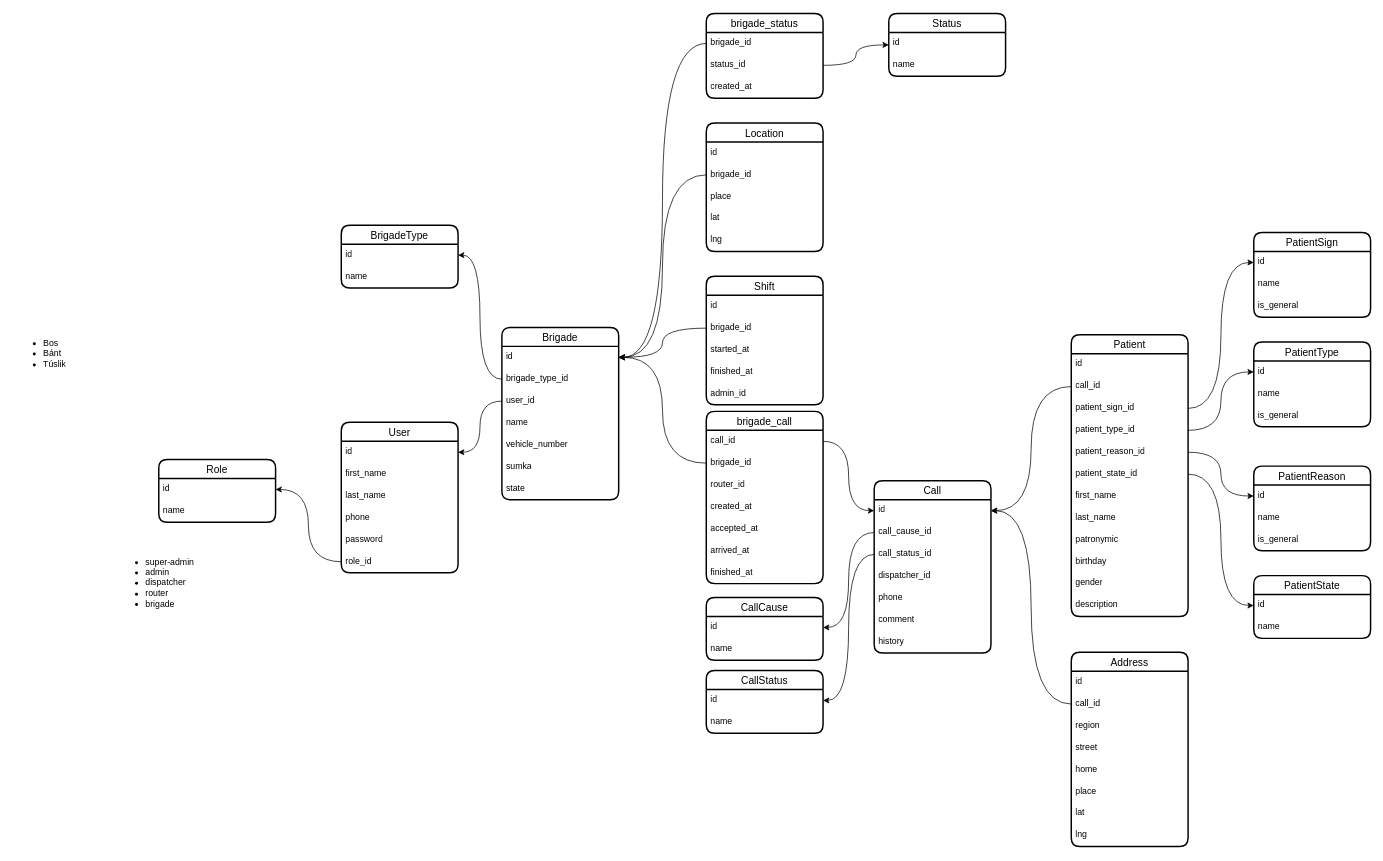
This is karsoft-103.drawio from iztileuoff/databases, a draw.io file, before an edit. Source tidied: cells renumbered, new cells numbered last; positions are measured from the earlier drawing's top-left corner, leaving out a move shared by most shapes. Both pictures are drawn from the tidied source at 73%, with x=0, y=0 at pixel (12, 13).
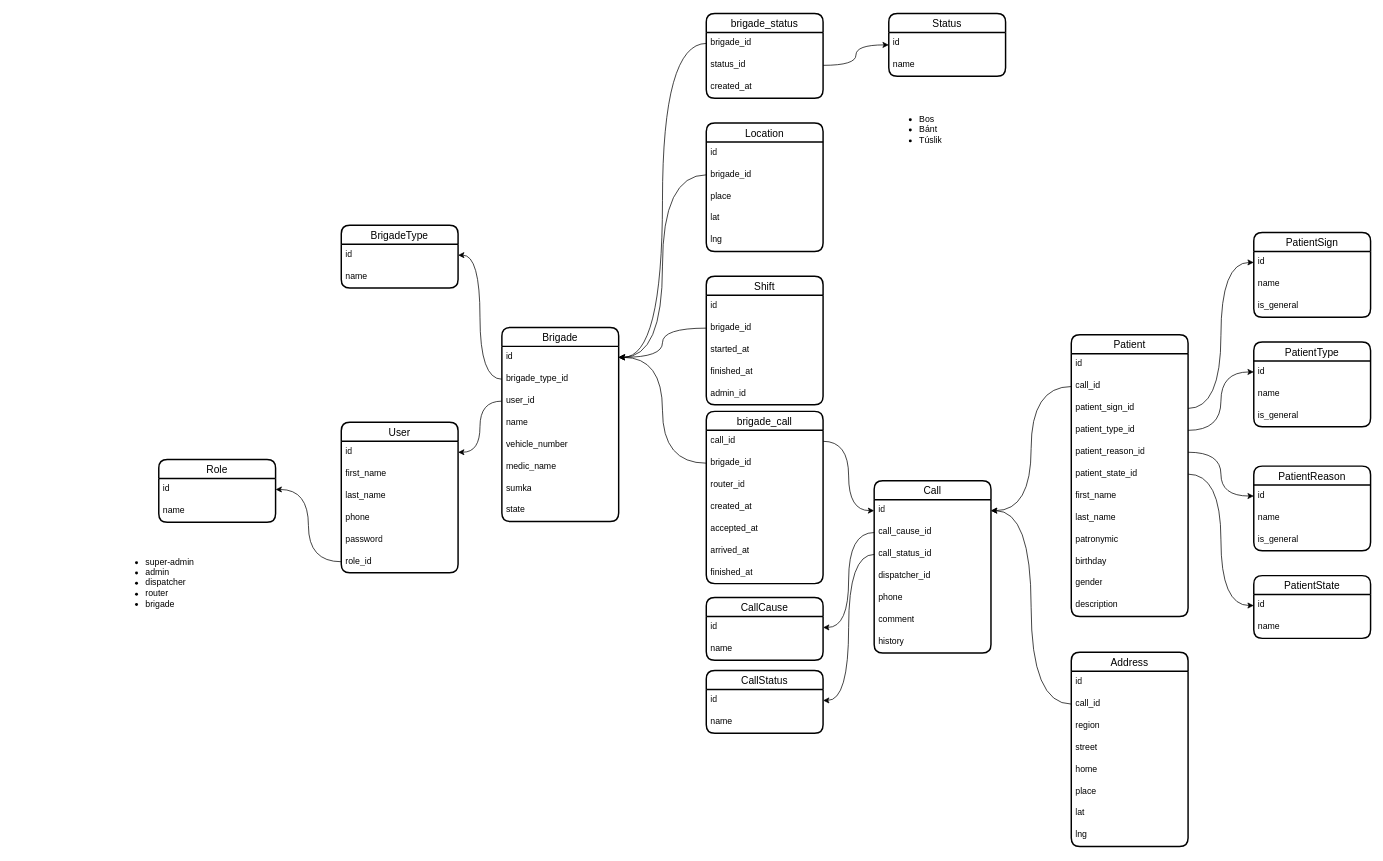
The same diagram, later.

Change to the diagram source:
```diff
@@
     <mxCell id="82" value="Brigade" style="swimlane;fontStyle=0;horizontal=1;startSize=26;align=center;fontSize=14;strokeWidth=2;rounded=1;shadow=0;glass=0;swimlaneLine=1;" parent="1" vertex="1">
-      <mxGeometry x="670" y="430" width="160" height="236" as="geometry" />
+      <mxGeometry x="670" y="430" width="160" height="266" as="geometry" />
     </mxCell>
@@
+    <mxCell id="120" value="medic_name" style="text;strokeColor=none;fillColor=none;spacingLeft=4;spacingRight=4;overflow=hidden;fontSize=12;whiteSpace=wrap;html=1;" parent="82" vertex="1">
+      <mxGeometry y="176" width="160" height="30" as="geometry" />
+    </mxCell>
     <mxCell id="88" value="sumka" style="text;strokeColor=none;fillColor=none;spacingLeft=4;spacingRight=4;overflow=hidden;fontSize=12;whiteSpace=wrap;html=1;" parent="82" vertex="1">
-      <mxGeometry y="176" width="160" height="30" as="geometry" />
+      <mxGeometry y="206" width="160" height="30" as="geometry" />
     </mxCell>
     <mxCell id="89" value="state" style="text;strokeColor=none;fillColor=none;spacingLeft=4;spacingRight=4;overflow=hidden;fontSize=12;whiteSpace=wrap;html=1;" parent="82" vertex="1">
-      <mxGeometry y="206" width="160" height="30" as="geometry" />
+      <mxGeometry y="236" width="160" height="30" as="geometry" />
     </mxCell>
@@
     <mxCell id="113" value="&lt;ul&gt;&lt;li&gt;Bos&lt;/li&gt;&lt;li&gt;Bánt&lt;/li&gt;&lt;li style=&quot;border-color: var(--border-color);&quot;&gt;Túslik&lt;/li&gt;&lt;/ul&gt;" style="text;strokeColor=none;fillColor=none;html=1;whiteSpace=wrap;verticalAlign=middle;overflow=hidden;" parent="1" vertex="1">
-      <mxGeometry y="406" width="233" height="120" as="geometry" />
+      <mxGeometry x="1200" y="99" width="233" height="120" as="geometry" />
     </mxCell>
```
